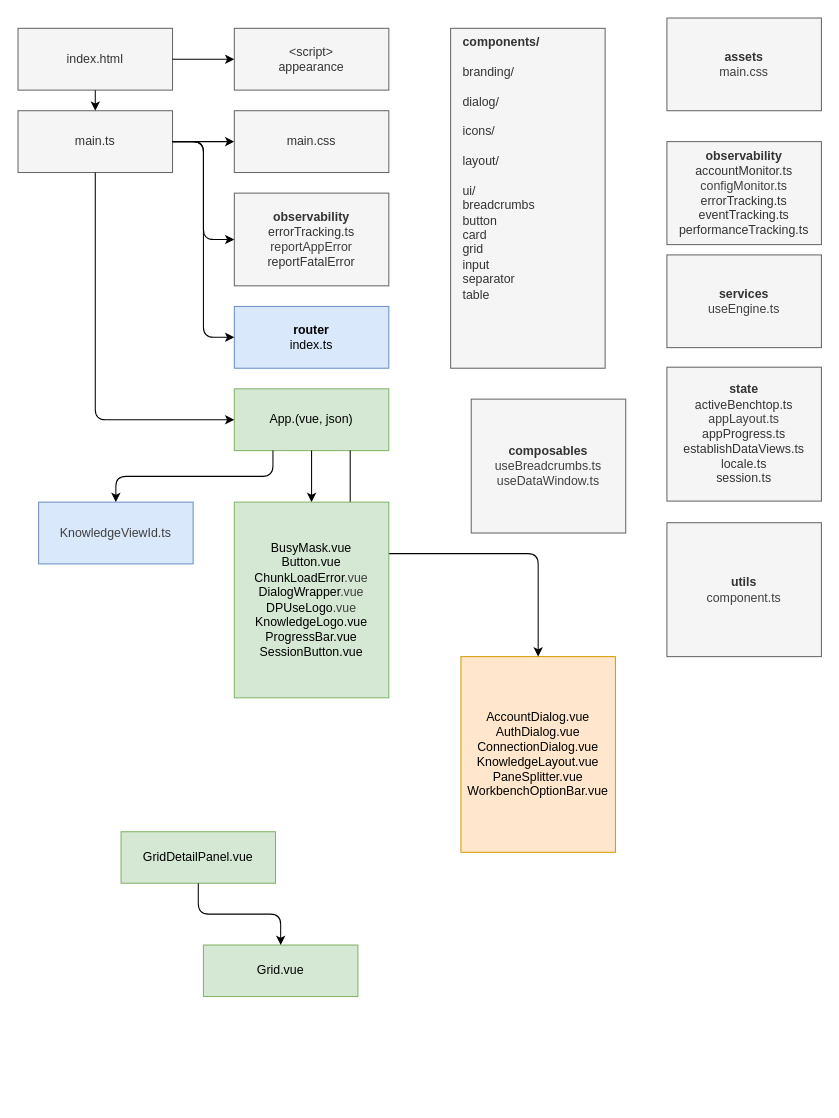
The draw.io diagram schematic.drawio in dpuse/dpuse-app, before the edit. Source tidied: cells renumbered, new cells numbered last; positions are measured from the earlier drawing's top-left corner, leaving out a move shared by most shapes. Both pictures are drawn from the tidied source at 103%, with x=0, y=0 at pixel (18, 18).
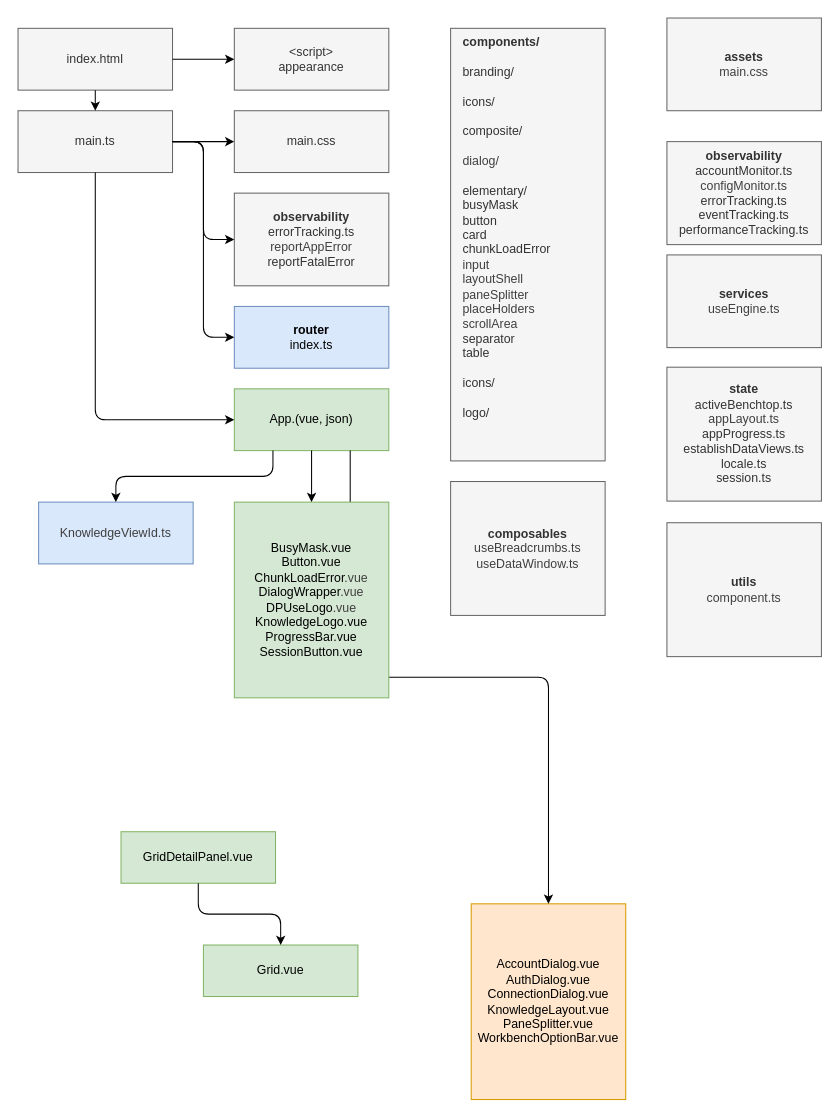
The same page after the edit.

What changed in the source:
```diff
@@
     <mxCell id="6" value="AccountDialog.vue&lt;div&gt;AuthDialog.vue&lt;/div&gt;&lt;div&gt;ConnectionDialog.vue&lt;/div&gt;&lt;div&gt;KnowledgeLayout.vue&lt;/div&gt;&lt;div&gt;PaneSplitter.vue&lt;/div&gt;&lt;div&gt;WorkbenchOptionBar.vue&lt;/div&gt;" style="rounded=0;whiteSpace=wrap;html=1;fillColor=#ffe6cc;strokeColor=#d79b00;" parent="1" vertex="1">
-      <mxGeometry x="430" y="620" width="150" height="190" as="geometry" />
+      <mxGeometry x="440" y="860" width="150" height="190" as="geometry" />
     </mxCell>
@@
     <mxCell id="26" value="&lt;b&gt;composables&lt;/b&gt;&lt;div&gt;&lt;span style=&quot;color: rgb(63, 63, 63); background-color: transparent;&quot;&gt;useBreadcrumbs.ts&lt;/span&gt;&lt;/div&gt;&lt;div&gt;&lt;span style=&quot;color: rgb(63, 63, 63); background-color: transparent;&quot;&gt;useDataWindow.ts&lt;/span&gt;&lt;/div&gt;" style="rounded=0;whiteSpace=wrap;html=1;fillColor=#f5f5f5;strokeColor=#666666;fontColor=#333333;" parent="1" vertex="1">
-      <mxGeometry x="440" y="370" width="150" height="130" as="geometry" />
+      <mxGeometry x="420" y="450" width="150" height="130" as="geometry" />
     </mxCell>
-    <mxCell id="27" value="&lt;b&gt;components/&lt;/b&gt;&lt;div&gt;&lt;b&gt;&lt;br&gt;&lt;/b&gt;&lt;div&gt;branding/&lt;/div&gt;&lt;div&gt;&lt;br&gt;&lt;/div&gt;&lt;div&gt;dialog/&lt;/div&gt;&lt;div&gt;&lt;br&gt;&lt;/div&gt;&lt;div&gt;icons/&lt;/div&gt;&lt;div&gt;&lt;br&gt;&lt;/div&gt;&lt;div&gt;layout/&lt;/div&gt;&lt;div&gt;&lt;br&gt;&lt;/div&gt;&lt;div&gt;ui/&lt;/div&gt;&lt;div&gt;breadcrumbs&lt;/div&gt;&lt;div&gt;button&lt;/div&gt;&lt;div&gt;card&lt;/div&gt;&lt;div&gt;grid&lt;/div&gt;&lt;div&gt;input&lt;/div&gt;&lt;div&gt;separator&lt;/div&gt;&lt;div&gt;table&lt;/div&gt;&lt;/div&gt;" style="rounded=0;whiteSpace=wrap;html=1;fillColor=#f5f5f5;strokeColor=#666666;fontColor=#333333;align=left;verticalAlign=top;spacingLeft=10;" parent="1" vertex="1">
-      <mxGeometry x="420" y="10" width="150" height="330" as="geometry" />
+    <mxCell id="27" value="&lt;b&gt;components/&lt;/b&gt;&lt;div&gt;&lt;b&gt;&lt;br&gt;&lt;/b&gt;&lt;div&gt;branding/&lt;/div&gt;&lt;div&gt;&lt;br&gt;&lt;/div&gt;&lt;div&gt;icons/&lt;/div&gt;&lt;div&gt;&lt;br&gt;&lt;/div&gt;&lt;div&gt;composite/&lt;/div&gt;&lt;div&gt;&lt;div style=&quot;color: rgb(63, 63, 63); scrollbar-color: rgb(226, 226, 226) rgb(251, 251, 251);&quot;&gt;&lt;br style=&quot;color: rgb(63, 63, 63); scrollbar-color: rgb(226, 226, 226) rgb(251, 251, 251);&quot;&gt;&lt;/div&gt;&lt;div style=&quot;color: rgb(63, 63, 63); scrollbar-color: rgb(226, 226, 226) rgb(251, 251, 251);&quot;&gt;dialog/&lt;/div&gt;&lt;/div&gt;&lt;div style=&quot;color: rgb(63, 63, 63); scrollbar-color: rgb(226, 226, 226) rgb(251, 251, 251);&quot;&gt;&lt;br&gt;&lt;/div&gt;&lt;div&gt;elementary/&lt;/div&gt;&lt;div&gt;busyMask&lt;/div&gt;&lt;div&gt;button&lt;/div&gt;&lt;div&gt;card&lt;/div&gt;&lt;div&gt;chunkLoadError&lt;/div&gt;&lt;div&gt;&lt;span style=&quot;color: rgb(63, 63, 63); background-color: transparent;&quot;&gt;input&lt;/span&gt;&lt;/div&gt;&lt;div&gt;&lt;span style=&quot;color: rgb(63, 63, 63); background-color: transparent;&quot;&gt;layoutShell&lt;/span&gt;&lt;/div&gt;&lt;div&gt;&lt;span style=&quot;color: rgb(63, 63, 63); background-color: transparent;&quot;&gt;paneSplitter&lt;/span&gt;&lt;/div&gt;&lt;div&gt;&lt;span style=&quot;color: rgb(63, 63, 63); background-color: transparent;&quot;&gt;placeHolders&lt;/span&gt;&lt;/div&gt;&lt;div&gt;&lt;span style=&quot;color: rgb(63, 63, 63); background-color: transparent;&quot;&gt;scrollArea&lt;/span&gt;&lt;/div&gt;&lt;div&gt;separator&lt;/div&gt;&lt;div&gt;table&lt;/div&gt;&lt;/div&gt;&lt;div&gt;&lt;br&gt;&lt;/div&gt;&lt;div&gt;icons/&lt;/div&gt;&lt;div&gt;&lt;br&gt;&lt;/div&gt;&lt;div&gt;logo/&lt;/div&gt;" style="rounded=0;whiteSpace=wrap;html=1;fillColor=#f5f5f5;strokeColor=#666666;fontColor=#333333;align=left;verticalAlign=top;spacingLeft=10;" parent="1" vertex="1">
+      <mxGeometry x="420" y="10" width="150" height="420" as="geometry" />
     </mxCell>
```
